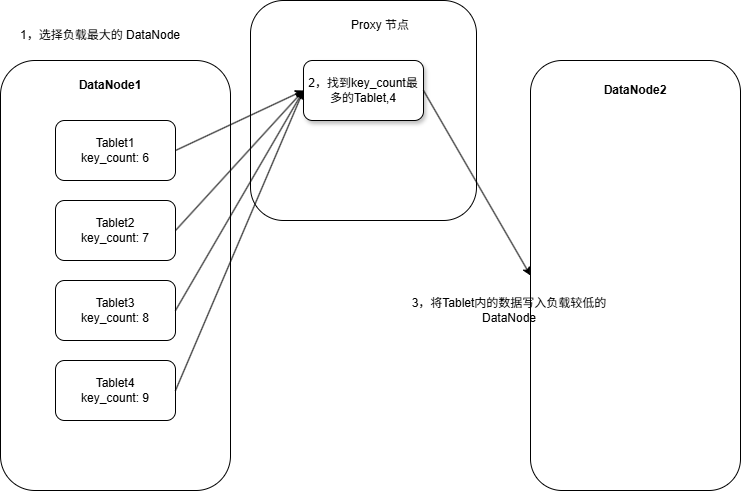
Jaleef/modern-npu-thesis keeps this draw.io diagram as template/figures/load_balance.drawio.png. Above is the earlier version. Source tidied: cells renumbered, new cells last; positions are measured from the earlier drawing's top-left corner, leaving out a move shared by most shapes. Source of this version:
```xml
<mxGraphModel background="#ffffff">
  <root>
    <mxCell id="0" />
    <mxCell id="1" parent="0" />
    <mxCell id="2" style="rounded=1;whiteSpace=wrap;html=1;" parent="1" vertex="1">
      <mxGeometry y="60" width="230" height="430" as="geometry" />
    </mxCell>
    <mxCell id="3" value="1，选择负载最大的 DataNode" style="text;html=1;whiteSpace=wrap;strokeColor=none;fillColor=none;align=center;verticalAlign=middle;rounded=0;" parent="1" vertex="1">
      <mxGeometry x="10" y="20" width="180" height="30" as="geometry" />
    </mxCell>
    <mxCell id="4" value="Tablet1&lt;br&gt;key_count: 6" style="rounded=1;whiteSpace=wrap;html=1;" parent="1" vertex="1">
      <mxGeometry x="55" y="120" width="120" height="60" as="geometry" />
    </mxCell>
    <mxCell id="5" value="Tablet2&lt;div&gt;key_count: 7&lt;/div&gt;" style="rounded=1;whiteSpace=wrap;html=1;" parent="1" vertex="1">
      <mxGeometry x="55" y="200" width="120" height="60" as="geometry" />
    </mxCell>
    <mxCell id="6" value="Tablet3&lt;div&gt;key_count: 8&lt;/div&gt;" style="rounded=1;whiteSpace=wrap;html=1;" parent="1" vertex="1">
      <mxGeometry x="55" y="280" width="120" height="60" as="geometry" />
    </mxCell>
    <mxCell id="7" value="Tablet4&lt;div&gt;key_count: 9&lt;/div&gt;" style="rounded=1;whiteSpace=wrap;html=1;" parent="1" vertex="1">
      <mxGeometry x="55" y="360" width="120" height="60" as="geometry" />
    </mxCell>
    <mxCell id="8" style="rounded=1;whiteSpace=wrap;html=1;" parent="1" vertex="1">
      <mxGeometry x="250" width="226" height="220" as="geometry" />
    </mxCell>
    <mxCell id="9" value="Proxy 节点" style="text;html=1;whiteSpace=wrap;strokeColor=none;fillColor=none;align=center;verticalAlign=middle;rounded=0;" parent="1" vertex="1">
      <mxGeometry x="350" y="10" width="60" height="30" as="geometry" />
    </mxCell>
    <mxCell id="10" value="2，找到key_count最多的Tablet,4" style="rounded=1;whiteSpace=wrap;html=1;shadow=1;" parent="1" vertex="1">
      <mxGeometry x="303" y="60" width="120" height="60" as="geometry" />
    </mxCell>
    <mxCell id="11" style="endArrow=classic;html=1;rounded=0;exitX=1;exitY=0.5;exitDx=0;exitDy=0;entryX=0;entryY=0.5;entryDx=0;entryDy=0;" parent="1" edge="1" source="6" target="10">
      <mxGeometry relative="1" as="geometry" />
    </mxCell>
    <mxCell id="12" style="endArrow=classic;html=1;rounded=0;entryX=0;entryY=0.5;entryDx=0;entryDy=0;exitX=1;exitY=0.5;exitDx=0;exitDy=0;" parent="1" edge="1" source="4" target="10">
      <mxGeometry relative="1" as="geometry" />
    </mxCell>
    <mxCell id="13" style="endArrow=classic;html=1;rounded=0;exitX=1;exitY=0.5;exitDx=0;exitDy=0;entryX=0;entryY=0.5;entryDx=0;entryDy=0;" parent="1" edge="1" source="5" target="10">
      <mxGeometry relative="1" as="geometry" />
    </mxCell>
    <mxCell id="14" style="endArrow=classic;html=1;rounded=0;exitX=1;exitY=0.5;exitDx=0;exitDy=0;entryX=0;entryY=0.5;entryDx=0;entryDy=0;" parent="1" edge="1" source="7" target="10">
      <mxGeometry relative="1" as="geometry" />
    </mxCell>
    <mxCell id="15" style="rounded=1;whiteSpace=wrap;html=1;" parent="1" vertex="1">
      <mxGeometry x="530" y="60" width="210" height="430" as="geometry" />
    </mxCell>
    <mxCell id="16" style="endArrow=classic;html=1;rounded=0;exitX=1;exitY=0.5;exitDx=0;exitDy=0;entryX=0;entryY=0.5;entryDx=0;entryDy=0;" parent="1" edge="1" source="10" target="15">
      <mxGeometry relative="1" as="geometry" />
    </mxCell>
    <mxCell id="17" value="3，将Tablet内的数据写入负载较低的DataNode" style="text;html=1;whiteSpace=wrap;strokeColor=none;fillColor=none;align=center;verticalAlign=middle;rounded=0;" parent="1" vertex="1">
      <mxGeometry x="394" y="295" width="230" height="30" as="geometry" />
    </mxCell>
    <mxCell id="18" value="&lt;b&gt;DataNode1&lt;/b&gt;" style="text;html=1;whiteSpace=wrap;strokeColor=none;fillColor=none;align=center;verticalAlign=middle;rounded=0;" parent="1" vertex="1">
      <mxGeometry x="70" y="70" width="80" height="30" as="geometry" />
    </mxCell>
    <mxCell id="19" value="&lt;b&gt;DataNode2&lt;/b&gt;" style="text;html=1;whiteSpace=wrap;strokeColor=none;fillColor=none;align=center;verticalAlign=middle;rounded=0;" parent="1" vertex="1">
      <mxGeometry x="605" y="75" width="60" height="30" as="geometry" />
    </mxCell>
  </root>
</mxGraphModel>
```
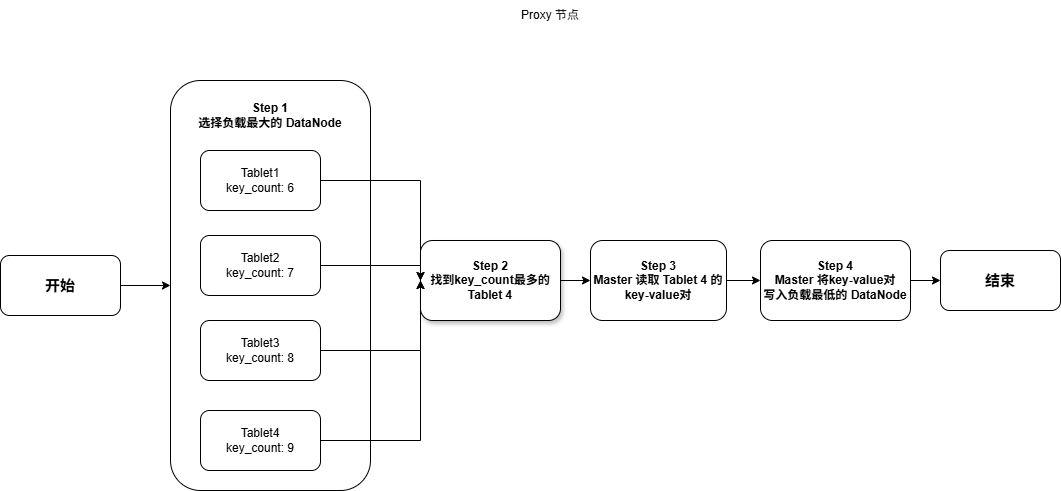
After the commit.

The edit, as a diff of the source:
```diff
@@ -3,58 +3,80 @@
     <mxCell id="0" />
     <mxCell id="1" parent="0" />
     <mxCell id="2" style="rounded=1;whiteSpace=wrap;html=1;" parent="1" vertex="1">
-      <mxGeometry y="60" width="230" height="430" as="geometry" />
+      <mxGeometry y="90" width="200" height="410" as="geometry" />
     </mxCell>
-    <mxCell id="3" value="1，选择负载最大的 DataNode" style="text;html=1;whiteSpace=wrap;strokeColor=none;fillColor=none;align=center;verticalAlign=middle;rounded=0;" parent="1" vertex="1">
-      <mxGeometry x="10" y="20" width="180" height="30" as="geometry" />
+    <mxCell id="3" value="&lt;div&gt;&lt;b&gt;Step 1&lt;/b&gt;&lt;/div&gt;&lt;b&gt;选择负载最大的 DataNode&lt;/b&gt;" style="text;html=1;whiteSpace=wrap;strokeColor=none;fillColor=none;align=center;verticalAlign=middle;rounded=0;" parent="1" vertex="1">
+      <mxGeometry x="10" y="110" width="180" height="30" as="geometry" />
     </mxCell>
     <mxCell id="4" value="Tablet1&lt;br&gt;key_count: 6" style="rounded=1;whiteSpace=wrap;html=1;" parent="1" vertex="1">
-      <mxGeometry x="55" y="120" width="120" height="60" as="geometry" />
+      <mxGeometry x="30" y="160" width="120" height="60" as="geometry" />
     </mxCell>
     <mxCell id="5" value="Tablet2&lt;div&gt;key_count: 7&lt;/div&gt;" style="rounded=1;whiteSpace=wrap;html=1;" parent="1" vertex="1">
-      <mxGeometry x="55" y="200" width="120" height="60" as="geometry" />
+      <mxGeometry x="30" y="245" width="120" height="60" as="geometry" />
     </mxCell>
     <mxCell id="6" value="Tablet3&lt;div&gt;key_count: 8&lt;/div&gt;" style="rounded=1;whiteSpace=wrap;html=1;" parent="1" vertex="1">
-      <mxGeometry x="55" y="280" width="120" height="60" as="geometry" />
+      <mxGeometry x="30" y="330" width="120" height="60" as="geometry" />
     </mxCell>
     <mxCell id="7" value="Tablet4&lt;div&gt;key_count: 9&lt;/div&gt;" style="rounded=1;whiteSpace=wrap;html=1;" parent="1" vertex="1">
-      <mxGeometry x="55" y="360" width="120" height="60" as="geometry" />
+      <mxGeometry x="30" y="420" width="120" height="60" as="geometry" />
     </mxCell>
-    <mxCell id="8" style="rounded=1;whiteSpace=wrap;html=1;" parent="1" vertex="1">
-      <mxGeometry x="250" width="226" height="220" as="geometry" />
+    <mxCell id="8" value="&lt;b&gt;Step 3&lt;/b&gt;&lt;div&gt;&lt;b&gt;Master 读取 Tablet 4 的key-value对&lt;/b&gt;&lt;/div&gt;" style="rounded=1;whiteSpace=wrap;html=1;" parent="1" vertex="1">
+      <mxGeometry x="420" y="250" width="136" height="80" as="geometry" />
     </mxCell>
     <mxCell id="9" value="Proxy 节点" style="text;html=1;whiteSpace=wrap;strokeColor=none;fillColor=none;align=center;verticalAlign=middle;rounded=0;" parent="1" vertex="1">
       <mxGeometry x="350" y="10" width="60" height="30" as="geometry" />
     </mxCell>
-    <mxCell id="10" value="2，找到key_count最多的Tablet,4" style="rounded=1;whiteSpace=wrap;html=1;shadow=1;" parent="1" vertex="1">
-      <mxGeometry x="303" y="60" width="120" height="60" as="geometry" />
+    <mxCell id="10" value="&lt;div&gt;&lt;b&gt;Step 2&lt;/b&gt;&lt;/div&gt;&lt;b&gt;找到key_count最多的Tablet 4&lt;/b&gt;" style="rounded=1;whiteSpace=wrap;html=1;shadow=1;" parent="1" vertex="1">
+      <mxGeometry x="250" y="250" width="140" height="80" as="geometry" />
     </mxCell>
     <mxCell id="11" style="endArrow=classic;html=1;rounded=0;exitX=1;exitY=0.5;exitDx=0;exitDy=0;entryX=0;entryY=0.5;entryDx=0;entryDy=0;" parent="1" edge="1" source="6" target="10">
-      <mxGeometry relative="1" as="geometry" />
+      <mxGeometry relative="1" as="geometry">
+        <Array as="points">
+          <mxPoint x="250" y="360" />
+        </Array>
+      </mxGeometry>
     </mxCell>
     <mxCell id="12" style="endArrow=classic;html=1;rounded=0;entryX=0;entryY=0.5;entryDx=0;entryDy=0;exitX=1;exitY=0.5;exitDx=0;exitDy=0;" parent="1" edge="1" source="4" target="10">
-      <mxGeometry relative="1" as="geometry" />
+      <mxGeometry relative="1" as="geometry">
+        <Array as="points">
+          <mxPoint x="250" y="190" />
+        </Array>
+      </mxGeometry>
     </mxCell>
     <mxCell id="13" style="endArrow=classic;html=1;rounded=0;exitX=1;exitY=0.5;exitDx=0;exitDy=0;entryX=0;entryY=0.5;entryDx=0;entryDy=0;" parent="1" edge="1" source="5" target="10">
-      <mxGeometry relative="1" as="geometry" />
+      <mxGeometry relative="1" as="geometry">
+        <Array as="points">
+          <mxPoint x="250" y="275" />
+        </Array>
+      </mxGeometry>
     </mxCell>
     <mxCell id="14" style="endArrow=classic;html=1;rounded=0;exitX=1;exitY=0.5;exitDx=0;exitDy=0;entryX=0;entryY=0.5;entryDx=0;entryDy=0;" parent="1" edge="1" source="7" target="10">
-      <mxGeometry relative="1" as="geometry" />
+      <mxGeometry relative="1" as="geometry">
+        <Array as="points">
+          <mxPoint x="250" y="450" />
+        </Array>
+      </mxGeometry>
     </mxCell>
-    <mxCell id="15" style="rounded=1;whiteSpace=wrap;html=1;" parent="1" vertex="1">
-      <mxGeometry x="530" y="60" width="210" height="430" as="geometry" />
-    </mxCell>
-    <mxCell id="16" style="endArrow=classic;html=1;rounded=0;exitX=1;exitY=0.5;exitDx=0;exitDy=0;entryX=0;entryY=0.5;entryDx=0;entryDy=0;" parent="1" edge="1" source="10" target="15">
+    <mxCell id="16" style="endArrow=classic;html=1;rounded=0;exitX=1;exitY=0.5;exitDx=0;exitDy=0;entryX=0;entryY=0.5;entryDx=0;entryDy=0;" parent="1" edge="1" source="10" target="8">
       <mxGeometry relative="1" as="geometry" />
     </mxCell>
-    <mxCell id="17" value="3，将Tablet内的数据写入负载较低的DataNode" style="text;html=1;whiteSpace=wrap;strokeColor=none;fillColor=none;align=center;verticalAlign=middle;rounded=0;" parent="1" vertex="1">
-      <mxGeometry x="394" y="295" width="230" height="30" as="geometry" />
-    </mxCell>
-    <mxCell id="18" value="&lt;b&gt;DataNode1&lt;/b&gt;" style="text;html=1;whiteSpace=wrap;strokeColor=none;fillColor=none;align=center;verticalAlign=middle;rounded=0;" parent="1" vertex="1">
-      <mxGeometry x="70" y="70" width="80" height="30" as="geometry" />
-    </mxCell>
-    <mxCell id="19" value="&lt;b&gt;DataNode2&lt;/b&gt;" style="text;html=1;whiteSpace=wrap;strokeColor=none;fillColor=none;align=center;verticalAlign=middle;rounded=0;" parent="1" vertex="1">
-      <mxGeometry x="605" y="75" width="60" height="30" as="geometry" />
-    </mxCell>
+    <mxCell id="20" value="&lt;b&gt;Step 4&lt;/b&gt;&lt;div&gt;&lt;b&gt;Master 将key-value对&lt;/b&gt;&lt;/div&gt;&lt;div&gt;&lt;b&gt;写入负载最低的 DataNode&lt;/b&gt;&lt;/div&gt;" style="rounded=1;whiteSpace=wrap;html=1;" parent="1" vertex="1">
+      <mxGeometry x="590" y="250" width="150" height="80" as="geometry" />
+    </mxCell>
+    <mxCell id="21" style="endArrow=classic;html=1;rounded=0;exitX=1;exitY=0.5;exitDx=0;exitDy=0;entryX=0;entryY=0.5;entryDx=0;entryDy=0;" parent="1" edge="1" source="8" target="20">
+      <mxGeometry relative="1" as="geometry" />
+    </mxCell>
+    <mxCell id="22" style="endArrow=classic;html=1;rounded=0;exitX=1;exitY=0.5;exitDx=0;exitDy=0;" parent="1" edge="1" source="20" target="23">
+      <mxGeometry relative="1" as="geometry" />
+    </mxCell>
+    <mxCell id="23" value="&lt;b&gt;&lt;font style=&quot;font-size: 15px;&quot;&gt;结束&lt;/font&gt;&lt;/b&gt;" style="rounded=1;whiteSpace=wrap;html=1;" parent="1" vertex="1">
+      <mxGeometry x="770" y="260" width="120" height="60" as="geometry" />
+    </mxCell>
+    <mxCell id="24" value="&lt;b&gt;&lt;font style=&quot;font-size: 15px;&quot;&gt;开始&lt;/font&gt;&lt;/b&gt;" style="rounded=1;whiteSpace=wrap;html=1;" parent="1" vertex="1">
+      <mxGeometry x="-170" y="265" width="120" height="60" as="geometry" />
+    </mxCell>
+    <mxCell id="25" style="endArrow=classic;html=1;rounded=0;exitX=1;exitY=0.5;exitDx=0;exitDy=0;entryX=0;entryY=0.5;entryDx=0;entryDy=0;" parent="1" edge="1" source="24" target="2">
+      <mxGeometry relative="1" as="geometry" />
+    </mxCell>
   </root>
 </mxGraphModel>
```
